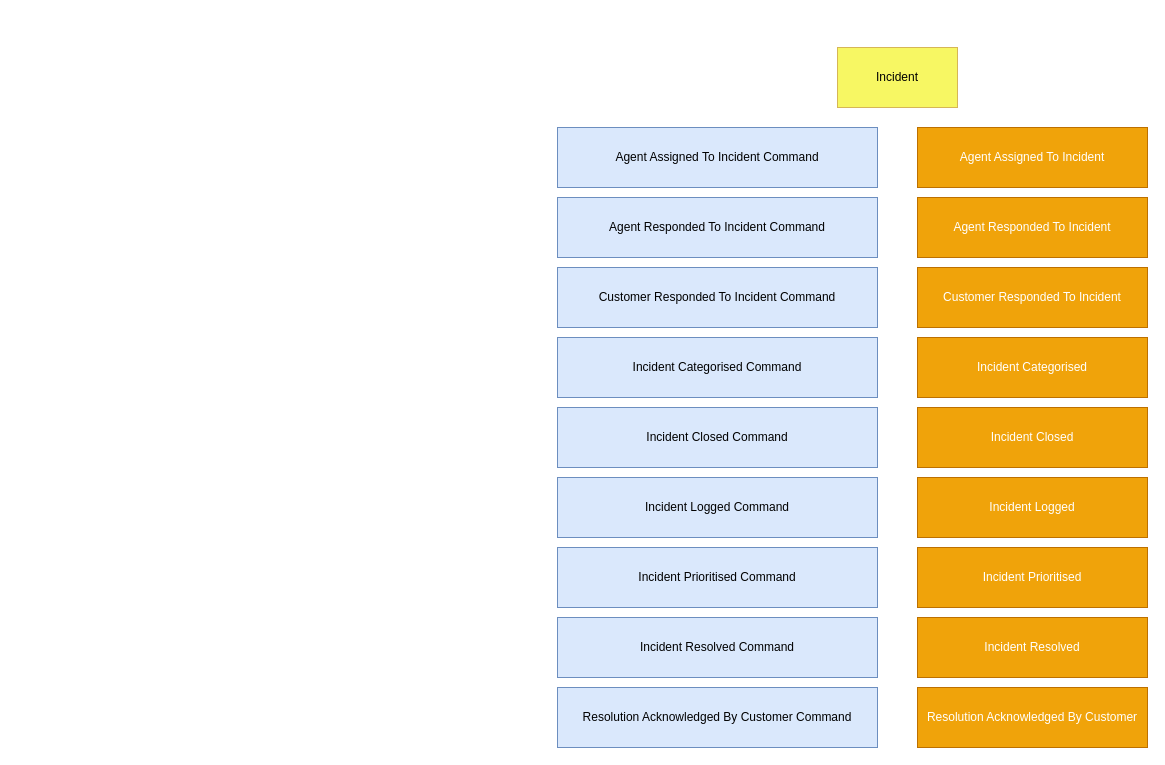
Before: page "Helpdesk" (4 of 4) of PocMarten.drawio in todorov-deyan/poc-marten, a draw.io diagram. Source tidied: cells renumbered, new cells numbered last; positions are measured from the earlier drawing's top-left corner, leaving out a move shared by most shapes. Both pictures are drawn from the tidied source at 100%, with x=0, y=0 at pixel (557, 47).
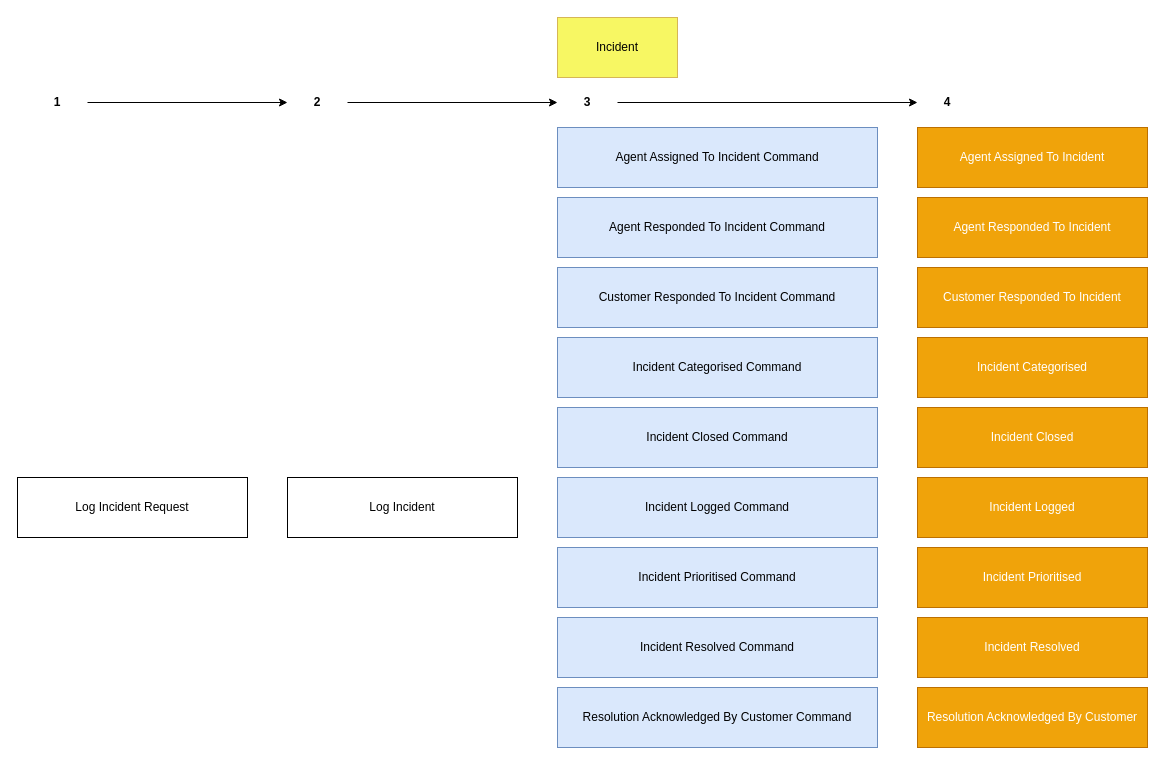
Above is the later version.

Diff of the diagram source:
```diff
@@
     <mxCell id="2" value="Incident" style="rounded=0;whiteSpace=wrap;html=1;fillColor=#F7F763;strokeColor=#d6b656;" parent="1" vertex="1">
-      <mxGeometry x="280" width="120" height="60" as="geometry" />
+      <mxGeometry y="-30" width="120" height="60" as="geometry" />
     </mxCell>
@@
+    <mxCell id="21" value="Log Incident" style="rounded=0;whiteSpace=wrap;html=1;" parent="1" vertex="1">
+      <mxGeometry x="-270" y="430" width="230" height="60" as="geometry" />
+    </mxCell>
+    <mxCell id="22" value="Log Incident Request" style="rounded=0;whiteSpace=wrap;html=1;" parent="1" vertex="1">
+      <mxGeometry x="-540" y="430" width="230" height="60" as="geometry" />
+    </mxCell>
+    <mxCell id="23" style="edgeStyle=orthogonalEdgeStyle;rounded=0;jettySize=auto;html=1;" parent="1" edge="1" source="24" target="26">
+      <mxGeometry relative="1" as="geometry" />
+    </mxCell>
+    <mxCell id="24" value="&lt;b&gt;1&lt;/b&gt;" style="text;html=1;strokeColor=none;fillColor=none;align=center;verticalAlign=middle;whiteSpace=wrap;rounded=0;" parent="1" vertex="1">
+      <mxGeometry x="-530" y="40" width="60" height="30" as="geometry" />
+    </mxCell>
+    <mxCell id="25" style="edgeStyle=orthogonalEdgeStyle;rounded=0;jettySize=auto;html=1;" parent="1" edge="1" source="26" target="28">
+      <mxGeometry relative="1" as="geometry" />
+    </mxCell>
+    <mxCell id="26" value="&lt;b&gt;2&lt;/b&gt;" style="text;html=1;strokeColor=none;fillColor=none;align=center;verticalAlign=middle;whiteSpace=wrap;rounded=0;" parent="1" vertex="1">
+      <mxGeometry x="-270" y="40" width="60" height="30" as="geometry" />
+    </mxCell>
+    <mxCell id="27" style="edgeStyle=orthogonalEdgeStyle;rounded=0;jettySize=auto;html=1;" parent="1" edge="1" source="28" target="29">
+      <mxGeometry relative="1" as="geometry" />
+    </mxCell>
+    <mxCell id="28" value="&lt;b&gt;3&lt;/b&gt;" style="text;html=1;strokeColor=none;fillColor=none;align=center;verticalAlign=middle;whiteSpace=wrap;rounded=0;" parent="1" vertex="1">
+      <mxGeometry y="40" width="60" height="30" as="geometry" />
+    </mxCell>
+    <mxCell id="29" value="&lt;b&gt;4&lt;/b&gt;" style="text;html=1;strokeColor=none;fillColor=none;align=center;verticalAlign=middle;whiteSpace=wrap;rounded=0;" parent="1" vertex="1">
+      <mxGeometry x="360" y="40" width="60" height="30" as="geometry" />
+    </mxCell>
```
